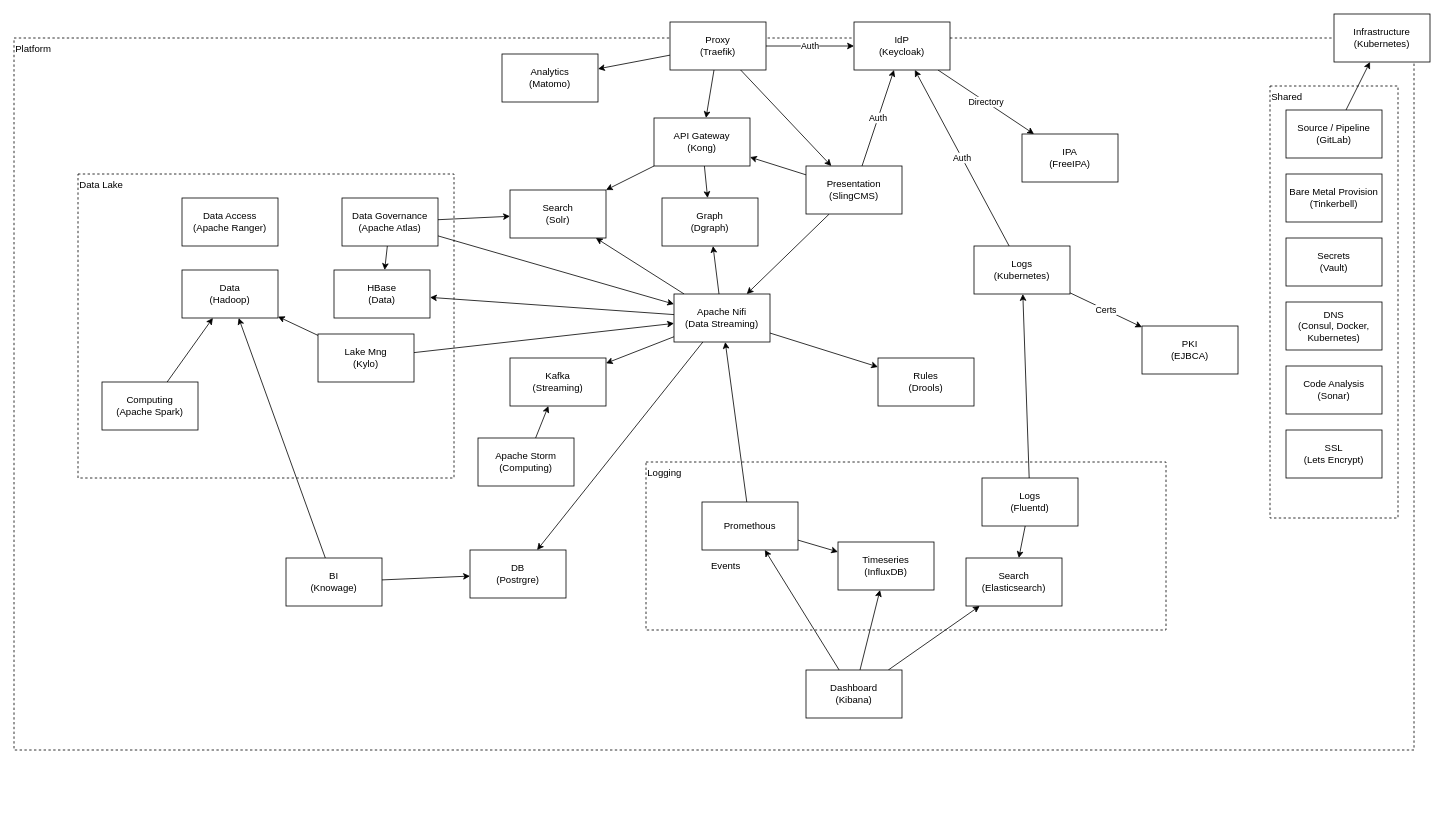
governance-foundation/governance.foundation keeps this draw.io diagram as _gxp/diagrams/GXP-Architecture.drawio. Above is the earlier version. Source tidied: cells renumbered, new cells numbered last; positions are measured from the earlier drawing's top-left corner, leaving out a move shared by most shapes. Both pictures are drawn from the tidied source at 80%, with x=0, y=0 at pixel (14, 14).
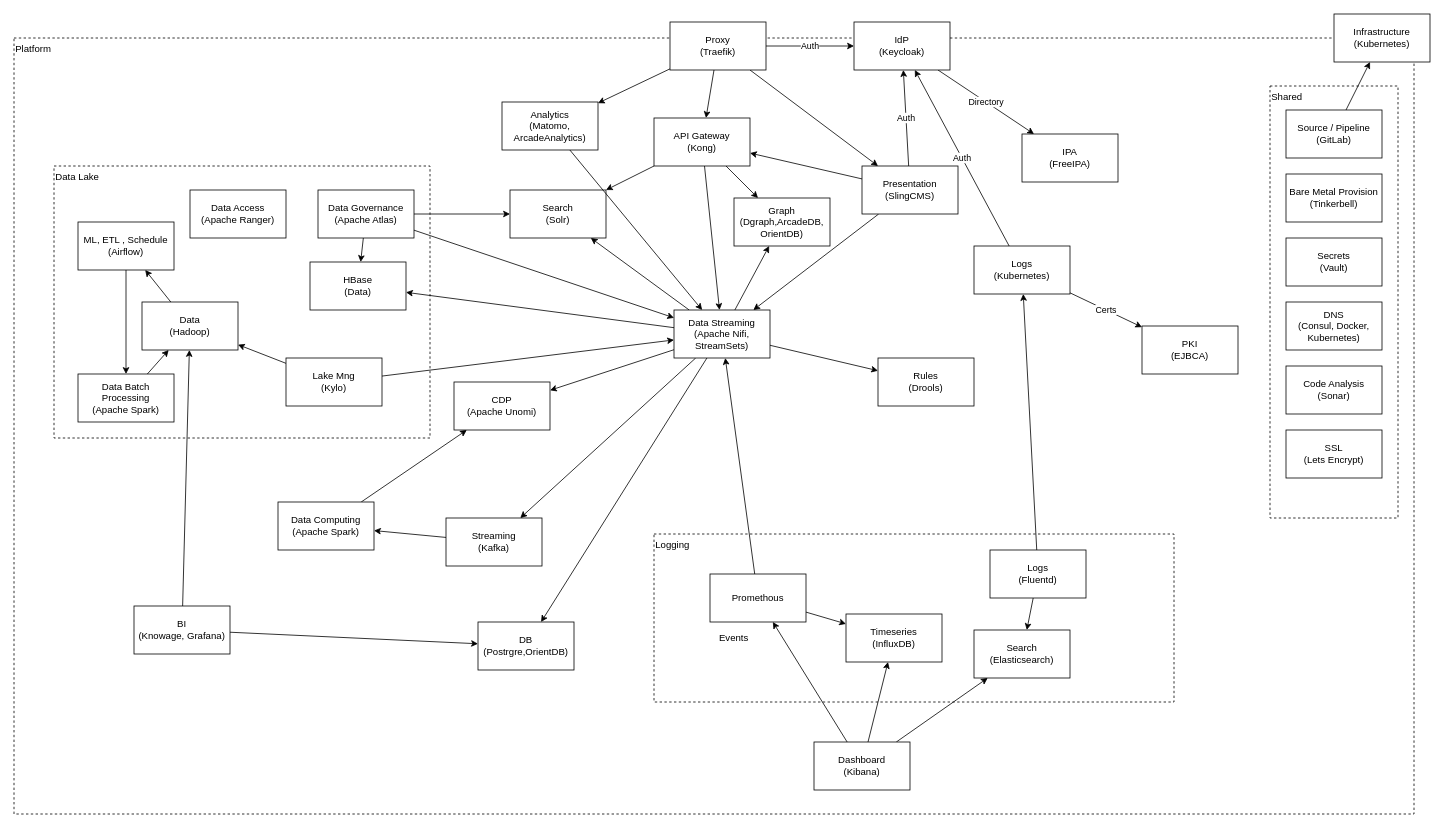
The same page after the edit.

Unchanged cells that the change refers to:
```xml
<mxCell id="53" value="&lt;div&gt;API Gateway&lt;/div&gt;&lt;div&gt;(Kong)&lt;/div&gt;" style="rounded=0;whiteSpace=wrap;html=1;" parent="1" vertex="1">
  <mxGeometry x="800" y="130" width="120" height="60" as="geometry" />
</mxCell>
```

What changed in the source:
```diff
@@
     <mxCell id="2" value="Platform" style="rounded=0;whiteSpace=wrap;html=1;fillColor=none;dashed=1;align=left;verticalAlign=top;" parent="1" vertex="1">
-      <mxGeometry y="30" width="1750" height="890" as="geometry" />
+      <mxGeometry y="30" width="1750" height="970" as="geometry" />
     </mxCell>
@@
     <mxCell id="4" value="Logging" style="rounded=0;whiteSpace=wrap;html=1;fillColor=none;dashed=1;verticalAlign=top;align=left;" parent="1" vertex="1">
-      <mxGeometry x="790" y="560" width="650" height="210" as="geometry" />
+      <mxGeometry x="800" y="650" width="650" height="210" as="geometry" />
     </mxCell>
     <mxCell id="5" value="Data Lake" style="rounded=0;whiteSpace=wrap;html=1;fillColor=none;dashed=1;verticalAlign=top;align=left;" parent="1" vertex="1">
-      <mxGeometry x="80" y="200" width="470" height="380" as="geometry" />
+      <mxGeometry x="50" y="190" width="470" height="340" as="geometry" />
     </mxCell>
@@
     <mxCell id="10" value="&lt;div&gt;Presentation&lt;/div&gt;&lt;div&gt;(SlingCMS)&lt;/div&gt;" style="rounded=0;whiteSpace=wrap;html=1;" parent="1" vertex="1">
-      <mxGeometry x="990" y="190" width="120" height="60" as="geometry" />
+      <mxGeometry x="1060" y="190" width="120" height="60" as="geometry" />
     </mxCell>
@@
+    <mxCell id="76" style="edgeStyle=none;rounded=0;jettySize=auto;html=1;" parent="1" edge="1" source="17" target="81">
+      <mxGeometry relative="1" as="geometry" />
+    </mxCell>
-    <mxCell id="17" value="Apache Nifi&lt;br&gt;(Data Streaming)" style="rounded=0;whiteSpace=wrap;html=1;" parent="1" vertex="1">
-      <mxGeometry x="825" y="350" width="120" height="60" as="geometry" />
+    <mxCell id="17" value="Data Streaming&lt;br&gt;(Apache Nifi, StreamSets)" style="rounded=0;whiteSpace=wrap;html=1;" parent="1" vertex="1">
+      <mxGeometry x="825" y="370" width="120" height="60" as="geometry" />
     </mxCell>
@@
     <mxCell id="20" value="Promethous" style="rounded=0;whiteSpace=wrap;html=1;" parent="1" vertex="1">
-      <mxGeometry x="860" y="610" width="120" height="60" as="geometry" />
+      <mxGeometry x="870" y="700" width="120" height="60" as="geometry" />
     </mxCell>
-    <mxCell id="21" value="Graph&lt;br&gt;(Dgraph)" style="rounded=0;whiteSpace=wrap;html=1;" parent="1" vertex="1">
-      <mxGeometry x="810" y="230" width="120" height="60" as="geometry" />
+    <mxCell id="21" value="Graph&lt;br&gt;(Dgraph,ArcadeDB, OrientDB)" style="rounded=0;whiteSpace=wrap;html=1;" parent="1" vertex="1">
+      <mxGeometry x="900" y="230" width="120" height="60" as="geometry" />
     </mxCell>
@@
     <mxCell id="23" value="&lt;div&gt;Search&lt;/div&gt;&lt;div&gt;(Elasticsearch)&lt;/div&gt;" style="rounded=0;whiteSpace=wrap;html=1;" parent="1" vertex="1">
-      <mxGeometry x="1190" y="680" width="120" height="60" as="geometry" />
+      <mxGeometry x="1200" y="770" width="120" height="60" as="geometry" />
     </mxCell>
     <mxCell id="24" value="Events" style="text;html=1;strokeColor=none;fillColor=none;align=center;verticalAlign=middle;whiteSpace=wrap;rounded=0;" parent="1" vertex="1">
-      <mxGeometry x="870" y="680" width="40" height="20" as="geometry" />
+      <mxGeometry x="880" y="770" width="40" height="20" as="geometry" />
     </mxCell>
@@
+    <mxCell id="77" style="edgeStyle=none;rounded=0;jettySize=auto;html=1;" parent="1" edge="1" source="37" target="83">
+      <mxGeometry relative="1" as="geometry" />
+    </mxCell>
     <mxCell id="37" value="&lt;div&gt;Data&lt;/div&gt;&lt;div&gt;(Hadoop)&lt;/div&gt;" style="rounded=0;whiteSpace=wrap;html=1;" parent="1" vertex="1">
-      <mxGeometry x="210" y="320" width="120" height="60" as="geometry" />
+      <mxGeometry x="160" y="360" width="120" height="60" as="geometry" />
     </mxCell>
@@
     <mxCell id="40" value="&lt;div&gt;Lake Mng&lt;/div&gt;&lt;div&gt;(Kylo)&lt;/div&gt;" style="rounded=0;whiteSpace=wrap;html=1;" parent="1" vertex="1">
-      <mxGeometry x="380" y="400" width="120" height="60" as="geometry" />
+      <mxGeometry x="340" y="430" width="120" height="60" as="geometry" />
     </mxCell>
@@
     <mxCell id="44" value="&lt;div&gt;Data Governance&lt;/div&gt;&lt;div&gt;(Apache Atlas)&lt;/div&gt;" style="rounded=0;whiteSpace=wrap;html=1;" parent="1" vertex="1">
-      <mxGeometry x="410" y="230" width="120" height="60" as="geometry" />
+      <mxGeometry x="380" y="220" width="120" height="60" as="geometry" />
     </mxCell>
@@
-    <mxCell id="46" value="&lt;div&gt;Computing&lt;/div&gt;&lt;div&gt;(Apache Spark)&lt;/div&gt;" style="rounded=0;whiteSpace=wrap;html=1;" parent="1" vertex="1">
-      <mxGeometry x="110" y="460" width="120" height="60" as="geometry" />
+    <mxCell id="46" value="&lt;div&gt;Data Batch Processing&lt;/div&gt;&lt;div&gt;(Apache Spark)&lt;/div&gt;" style="rounded=0;whiteSpace=wrap;html=1;" parent="1" vertex="1">
+      <mxGeometry x="80" y="450" width="120" height="60" as="geometry" />
     </mxCell>
+    <mxCell id="78" style="edgeStyle=none;rounded=0;jettySize=auto;html=1;" parent="1" edge="1" source="47" target="85">
+      <mxGeometry relative="1" as="geometry" />
+    </mxCell>
-    <mxCell id="47" value="Kafka&lt;br&gt;(Streaming)" style="rounded=0;whiteSpace=wrap;html=1;" parent="1" vertex="1">
-      <mxGeometry x="620" y="430" width="120" height="60" as="geometry" />
+    <mxCell id="47" value="Streaming&lt;br&gt;(Kafka)" style="rounded=0;whiteSpace=wrap;html=1;" parent="1" vertex="1">
+      <mxGeometry x="540" y="630" width="120" height="60" as="geometry" />
     </mxCell>
+    <mxCell id="79" style="edgeStyle=none;rounded=0;jettySize=auto;html=1;" parent="1" edge="1" source="48" target="17">
+      <mxGeometry relative="1" as="geometry" />
+    </mxCell>
-    <mxCell id="48" value="&lt;div&gt;Analytics&lt;/div&gt;&lt;div&gt;(Matomo)&lt;/div&gt;" style="rounded=0;whiteSpace=wrap;html=1;" parent="1" vertex="1">
-      <mxGeometry x="610" y="50" width="120" height="60" as="geometry" />
+    <mxCell id="48" value="&lt;div&gt;Analytics&lt;/div&gt;&lt;div&gt;(Matomo,&lt;/div&gt;&lt;div&gt;ArcadeAnalytics)&lt;/div&gt;" style="rounded=0;whiteSpace=wrap;html=1;" parent="1" vertex="1">
+      <mxGeometry x="610" y="110" width="120" height="60" as="geometry" />
     </mxCell>
@@
-    <mxCell id="51" value="&lt;div&gt;BI&lt;/div&gt;&lt;div&gt;(Knowage)&lt;/div&gt;" style="rounded=0;whiteSpace=wrap;html=1;" parent="1" vertex="1">
-      <mxGeometry x="340" y="680" width="120" height="60" as="geometry" />
+    <mxCell id="51" value="&lt;div&gt;BI&lt;/div&gt;&lt;div&gt;(Knowage, Grafana)&lt;/div&gt;" style="rounded=0;whiteSpace=wrap;html=1;" parent="1" vertex="1">
+      <mxGeometry x="150" y="740" width="120" height="60" as="geometry" />
     </mxCell>
@@
+    <mxCell id="80" style="edgeStyle=none;rounded=0;jettySize=auto;html=1;" parent="1" edge="1" source="53" target="17">
+      <mxGeometry relative="1" as="geometry" />
+    </mxCell>
@@
-    <mxCell id="55" value="&lt;div&gt;DB&lt;br&gt;&lt;/div&gt;&lt;div&gt;(Postrgre)&lt;/div&gt;" style="rounded=0;whiteSpace=wrap;html=1;" parent="1" vertex="1">
-      <mxGeometry x="570" y="670" width="120" height="60" as="geometry" />
+    <mxCell id="55" value="&lt;div&gt;DB&lt;br&gt;&lt;/div&gt;&lt;div&gt;(Postrgre,OrientDB)&lt;/div&gt;" style="rounded=0;whiteSpace=wrap;html=1;" parent="1" vertex="1">
+      <mxGeometry x="580" y="760" width="120" height="60" as="geometry" />
     </mxCell>
     <mxCell id="56" value="&lt;div&gt;Timeseries&lt;/div&gt;&lt;div&gt;(InfluxDB)&lt;/div&gt;" style="rounded=0;whiteSpace=wrap;html=1;" parent="1" vertex="1">
-      <mxGeometry x="1030" y="660" width="120" height="60" as="geometry" />
+      <mxGeometry x="1040" y="750" width="120" height="60" as="geometry" />
     </mxCell>
@@
     <mxCell id="60" value="&lt;div&gt;Dashboard&lt;/div&gt;&lt;div&gt;(Kibana)&lt;/div&gt;" style="rounded=0;whiteSpace=wrap;html=1;" parent="1" vertex="1">
-      <mxGeometry x="990" y="820" width="120" height="60" as="geometry" />
+      <mxGeometry x="1000" y="910" width="120" height="60" as="geometry" />
     </mxCell>
@@
     <mxCell id="63" value="&lt;div&gt;Logs&lt;/div&gt;&lt;div&gt;(Fluentd)&lt;/div&gt;" style="rounded=0;whiteSpace=wrap;html=1;" parent="1" vertex="1">
-      <mxGeometry x="1210" y="580" width="120" height="60" as="geometry" />
+      <mxGeometry x="1220" y="670" width="120" height="60" as="geometry" />
     </mxCell>
@@
     <mxCell id="65" value="HBase&lt;br&gt;(Data)" style="rounded=0;whiteSpace=wrap;html=1;" parent="1" vertex="1">
-      <mxGeometry x="400" y="320" width="120" height="60" as="geometry" />
+      <mxGeometry x="370" y="310" width="120" height="60" as="geometry" />
     </mxCell>
     <mxCell id="66" value="&lt;div&gt;Data Access&lt;/div&gt;&lt;div&gt;(Apache Ranger)&lt;/div&gt;" style="rounded=0;whiteSpace=wrap;html=1;" parent="1" vertex="1">
-      <mxGeometry x="210" y="230" width="120" height="60" as="geometry" />
+      <mxGeometry x="220" y="220" width="120" height="60" as="geometry" />
     </mxCell>
-    <mxCell id="67" style="edgeStyle=none;rounded=0;jettySize=auto;html=1;" parent="1" edge="1" source="68" target="47">
-      <mxGeometry relative="1" as="geometry" />
-    </mxCell>
-    <mxCell id="68" value="Apache Storm&lt;br&gt;(Computing)" style="rounded=0;whiteSpace=wrap;html=1;" parent="1" vertex="1">
-      <mxGeometry x="580" y="530" width="120" height="60" as="geometry" />
-    </mxCell>
@@
+    <mxCell id="81" value="CDP&lt;br&gt;(Apache Unomi)" style="rounded=0;whiteSpace=wrap;html=1;" parent="1" vertex="1">
+      <mxGeometry x="550" y="460" width="120" height="60" as="geometry" />
+    </mxCell>
+    <mxCell id="82" style="edgeStyle=none;rounded=0;jettySize=auto;html=1;" parent="1" edge="1" source="83" target="46">
+      <mxGeometry relative="1" as="geometry" />
+    </mxCell>
+    <mxCell id="83" value="ML, ETL , Schedule&lt;br&gt;(Airflow)" style="rounded=0;whiteSpace=wrap;html=1;" parent="1" vertex="1">
+      <mxGeometry x="80" y="260" width="120" height="60" as="geometry" />
+    </mxCell>
+    <mxCell id="84" style="edgeStyle=none;rounded=0;jettySize=auto;html=1;" parent="1" edge="1" source="85" target="81">
+      <mxGeometry relative="1" as="geometry" />
+    </mxCell>
+    <mxCell id="85" value="&lt;div&gt;Data Computing&lt;/div&gt;&lt;div&gt;(Apache Spark)&lt;/div&gt;" style="rounded=0;whiteSpace=wrap;html=1;" parent="1" vertex="1">
+      <mxGeometry x="330" y="610" width="120" height="60" as="geometry" />
+    </mxCell>
```
